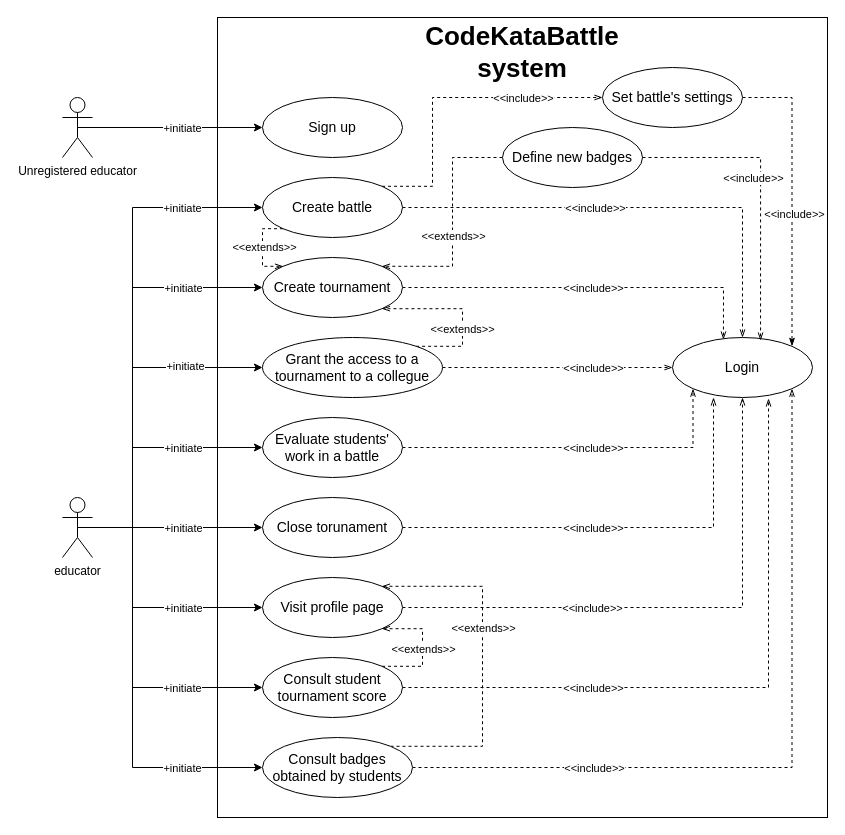
This is RASDwip/ExtraFiles/Drawio/Case/CaseDiagramEducator.drawio from francescospangaro/SpangaroTosettiRiccardi, a draw.io file, before an edit. Source tidied: cells renumbered, new cells numbered last; positions are measured from the earlier drawing's top-left corner, leaving out a move shared by most shapes. Both pictures are drawn from the tidied source at 100%, with x=0, y=0 at pixel (62, 17).
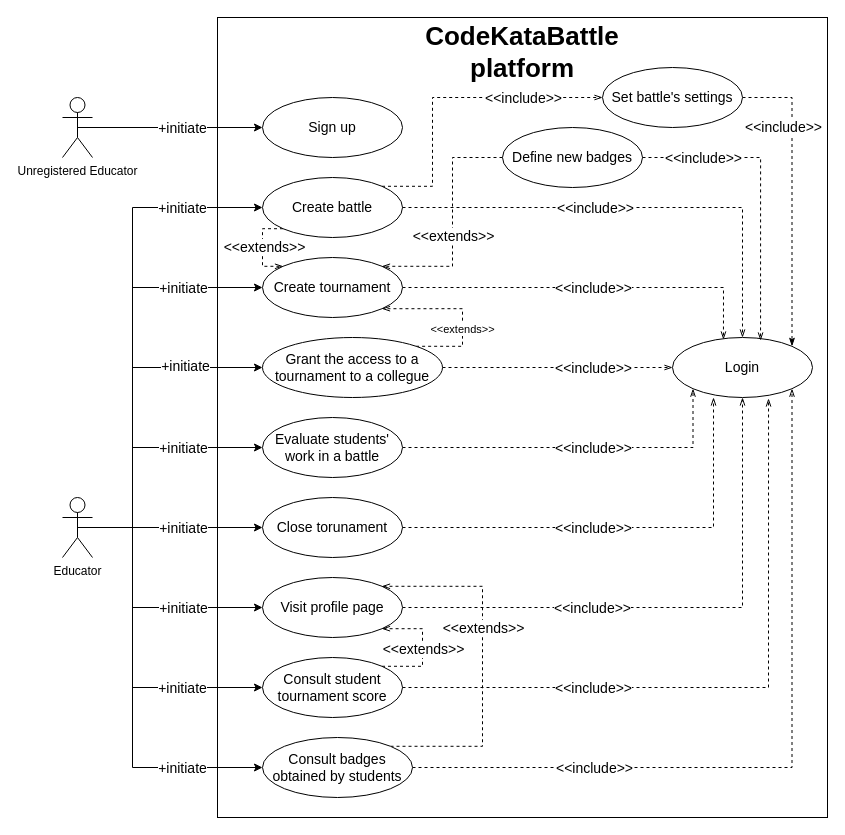
Above is the later version.

Unchanged cells that the change refers to:
```xml
<mxCell id="5" style="edgeStyle=orthogonalEdgeStyle;rounded=0;jettySize=auto;html=1;exitX=0;exitY=1;exitDx=0;exitDy=0;entryX=0;entryY=0;entryDx=0;entryDy=0;dashed=1;endArrow=openThin;endFill=0;" parent="1" edge="1" source="9" target="12">
  <mxGeometry relative="1" as="geometry">
    <Array as="points">
      <mxPoint x="200" y="211" />
      <mxPoint x="200" y="249" />
    </Array>
  </mxGeometry>
</mxCell>
<mxCell id="7" style="edgeStyle=orthogonalEdgeStyle;rounded=0;jettySize=auto;html=1;exitX=1;exitY=0;exitDx=0;exitDy=0;entryX=0;entryY=0.5;entryDx=0;entryDy=0;dashed=1;endArrow=openThin;endFill=0;" parent="1" edge="1" source="9" target="62">
  <mxGeometry relative="1" as="geometry">
    <Array as="points">
      <mxPoint x="370" y="169" />
      <mxPoint x="370" y="80" />
    </Array>
  </mxGeometry>
</mxCell>
<mxCell id="10" style="edgeStyle=orthogonalEdgeStyle;rounded=0;jettySize=auto;html=1;exitX=1;exitY=0.5;exitDx=0;exitDy=0;entryX=0.364;entryY=0.033;entryDx=0;entryDy=0;dashed=1;endArrow=openThin;endFill=0;entryPerimeter=0;" parent="1" edge="1" source="12" target="53">
  <mxGeometry relative="1" as="geometry" />
</mxCell>
<mxCell id="13" style="edgeStyle=orthogonalEdgeStyle;rounded=0;jettySize=auto;html=1;exitX=1;exitY=0.5;exitDx=0;exitDy=0;entryX=0;entryY=0.5;entryDx=0;entryDy=0;dashed=1;endArrow=openThin;endFill=0;" parent="1" edge="1" source="17" target="53">
  <mxGeometry relative="1" as="geometry" />
</mxCell>
<mxCell id="18" style="edgeStyle=orthogonalEdgeStyle;rounded=0;jettySize=auto;html=1;exitX=1;exitY=0.5;exitDx=0;exitDy=0;entryX=0;entryY=1;entryDx=0;entryDy=0;dashed=1;endArrow=openThin;endFill=0;" parent="1" edge="1" source="20" target="53">
  <mxGeometry relative="1" as="geometry" />
</mxCell>
<mxCell id="22" style="edgeStyle=orthogonalEdgeStyle;rounded=0;jettySize=auto;html=1;exitX=1;exitY=0.5;exitDx=0;exitDy=0;entryX=0.5;entryY=1;entryDx=0;entryDy=0;dashed=1;endArrow=openThin;endFill=0;" parent="1" edge="1" source="24" target="53">
  <mxGeometry relative="1" as="geometry" />
</mxCell>
<mxCell id="25" style="edgeStyle=orthogonalEdgeStyle;rounded=0;jettySize=auto;html=1;exitX=1;exitY=0;exitDx=0;exitDy=0;entryX=1;entryY=1;entryDx=0;entryDy=0;dashed=1;endArrow=openThin;endFill=0;" parent="1" edge="1" source="27" target="24">
  <mxGeometry relative="1" as="geometry">
    <Array as="points">
      <mxPoint x="360" y="649" />
      <mxPoint x="360" y="611" />
    </Array>
  </mxGeometry>
</mxCell>
<mxCell id="28" style="edgeStyle=orthogonalEdgeStyle;rounded=0;jettySize=auto;html=1;exitX=1;exitY=0.5;exitDx=0;exitDy=0;entryX=1;entryY=1;entryDx=0;entryDy=0;dashed=1;endArrow=openThin;endFill=0;" parent="1" edge="1" source="32" target="53">
  <mxGeometry relative="1" as="geometry" />
</mxCell>
<mxCell id="30" style="edgeStyle=orthogonalEdgeStyle;rounded=0;jettySize=auto;html=1;exitX=1;exitY=0;exitDx=0;exitDy=0;entryX=1;entryY=0;entryDx=0;entryDy=0;dashed=1;endArrow=openThin;endFill=0;" parent="1" edge="1" source="32" target="24">
  <mxGeometry relative="1" as="geometry">
    <Array as="points">
      <mxPoint x="420" y="729" />
      <mxPoint x="420" y="569" />
    </Array>
  </mxGeometry>
</mxCell>
<mxCell id="33" style="edgeStyle=orthogonalEdgeStyle;rounded=0;jettySize=auto;html=1;exitX=0.5;exitY=0.5;exitDx=0;exitDy=0;exitPerimeter=0;entryX=0;entryY=0.5;entryDx=0;entryDy=0;" parent="1" edge="1" source="49" target="21">
  <mxGeometry relative="1" as="geometry" />
</mxCell>
<mxCell id="35" style="edgeStyle=orthogonalEdgeStyle;rounded=0;jettySize=auto;html=1;exitX=0.5;exitY=0.5;exitDx=0;exitDy=0;exitPerimeter=0;entryX=0;entryY=0.5;entryDx=0;entryDy=0;" parent="1" edge="1" source="49" target="20">
  <mxGeometry relative="1" as="geometry">
    <Array as="points">
      <mxPoint x="70" y="510" />
      <mxPoint x="70" y="430" />
    </Array>
  </mxGeometry>
</mxCell>
<mxCell id="37" style="edgeStyle=orthogonalEdgeStyle;rounded=0;jettySize=auto;html=1;exitX=0.5;exitY=0.5;exitDx=0;exitDy=0;exitPerimeter=0;entryX=0;entryY=0.5;entryDx=0;entryDy=0;" parent="1" edge="1" source="49" target="17">
  <mxGeometry relative="1" as="geometry">
    <Array as="points">
      <mxPoint x="70" y="510" />
      <mxPoint x="70" y="350" />
    </Array>
  </mxGeometry>
</mxCell>
<mxCell id="39" style="edgeStyle=orthogonalEdgeStyle;rounded=0;jettySize=auto;html=1;exitX=0.5;exitY=0.5;exitDx=0;exitDy=0;exitPerimeter=0;entryX=0;entryY=0.5;entryDx=0;entryDy=0;" parent="1" edge="1" source="49" target="12">
  <mxGeometry relative="1" as="geometry">
    <Array as="points">
      <mxPoint x="70" y="510" />
      <mxPoint x="70" y="270" />
    </Array>
  </mxGeometry>
</mxCell>
<mxCell id="41" style="edgeStyle=orthogonalEdgeStyle;rounded=0;jettySize=auto;html=1;exitX=0.5;exitY=0.5;exitDx=0;exitDy=0;exitPerimeter=0;entryX=0;entryY=0.5;entryDx=0;entryDy=0;" parent="1" edge="1" source="49" target="9">
  <mxGeometry relative="1" as="geometry">
    <Array as="points">
      <mxPoint x="70" y="510" />
      <mxPoint x="70" y="190" />
    </Array>
  </mxGeometry>
</mxCell>
<mxCell id="43" style="edgeStyle=orthogonalEdgeStyle;rounded=0;jettySize=auto;html=1;exitX=0.5;exitY=0.5;exitDx=0;exitDy=0;exitPerimeter=0;entryX=0;entryY=0.5;entryDx=0;entryDy=0;" parent="1" edge="1" source="49" target="27">
  <mxGeometry relative="1" as="geometry">
    <Array as="points">
      <mxPoint x="70" y="510" />
      <mxPoint x="70" y="670" />
    </Array>
  </mxGeometry>
</mxCell>
<mxCell id="45" style="edgeStyle=orthogonalEdgeStyle;rounded=0;jettySize=auto;html=1;exitX=0.5;exitY=0.5;exitDx=0;exitDy=0;exitPerimeter=0;entryX=0;entryY=0.5;entryDx=0;entryDy=0;" parent="1" edge="1" source="49" target="24">
  <mxGeometry relative="1" as="geometry">
    <Array as="points">
      <mxPoint x="70" y="510" />
      <mxPoint x="70" y="590" />
    </Array>
  </mxGeometry>
</mxCell>
<mxCell id="47" style="edgeStyle=orthogonalEdgeStyle;rounded=0;jettySize=auto;html=1;exitX=0.5;exitY=0.5;exitDx=0;exitDy=0;exitPerimeter=0;entryX=0;entryY=0.5;entryDx=0;entryDy=0;" parent="1" edge="1" source="49" target="32">
  <mxGeometry relative="1" as="geometry">
    <Array as="points">
      <mxPoint x="70" y="510" />
      <mxPoint x="70" y="750" />
    </Array>
  </mxGeometry>
</mxCell>
<mxCell id="50" style="edgeStyle=orthogonalEdgeStyle;rounded=0;jettySize=auto;html=1;exitX=0.5;exitY=0.5;exitDx=0;exitDy=0;exitPerimeter=0;entryX=0;entryY=0.5;entryDx=0;entryDy=0;" parent="1" edge="1" source="52" target="4">
  <mxGeometry relative="1" as="geometry" />
</mxCell>
<mxCell id="54" style="edgeStyle=orthogonalEdgeStyle;rounded=0;jettySize=auto;html=1;exitX=1;exitY=0.5;exitDx=0;exitDy=0;entryX=0.5;entryY=0;entryDx=0;entryDy=0;dashed=1;endArrow=openThin;endFill=0;" parent="1" edge="1" source="9" target="53">
  <mxGeometry relative="1" as="geometry" />
</mxCell>
<mxCell id="56" style="edgeStyle=orthogonalEdgeStyle;rounded=0;jettySize=auto;html=1;exitX=1;exitY=0.5;exitDx=0;exitDy=0;entryX=0.293;entryY=1;entryDx=0;entryDy=0;entryPerimeter=0;dashed=1;endArrow=openThin;endFill=0;" parent="1" edge="1" source="21" target="53">
  <mxGeometry relative="1" as="geometry" />
</mxCell>
<mxCell id="58" style="edgeStyle=orthogonalEdgeStyle;rounded=0;jettySize=auto;html=1;exitX=1;exitY=0.5;exitDx=0;exitDy=0;entryX=0.686;entryY=1.017;entryDx=0;entryDy=0;entryPerimeter=0;dashed=1;endArrow=openThin;endFill=0;" parent="1" edge="1" source="27" target="53">
  <mxGeometry relative="1" as="geometry" />
</mxCell>
<mxCell id="60" style="edgeStyle=orthogonalEdgeStyle;rounded=0;jettySize=auto;html=1;exitX=1;exitY=0.5;exitDx=0;exitDy=0;entryX=1;entryY=0;entryDx=0;entryDy=0;dashed=1;endArrow=classicThin;endFill=1;" parent="1" edge="1" source="62" target="53">
  <mxGeometry relative="1" as="geometry">
    <Array as="points">
      <mxPoint x="730" y="80" />
    </Array>
  </mxGeometry>
</mxCell>
<mxCell id="63" style="edgeStyle=orthogonalEdgeStyle;rounded=0;jettySize=auto;html=1;exitX=0;exitY=0.5;exitDx=0;exitDy=0;entryX=1;entryY=0;entryDx=0;entryDy=0;dashed=1;endArrow=openThin;endFill=0;" parent="1" edge="1" source="65" target="12">
  <mxGeometry relative="1" as="geometry">
    <Array as="points">
      <mxPoint x="390" y="140" />
      <mxPoint x="390" y="249" />
    </Array>
  </mxGeometry>
</mxCell>
<mxCell id="66" style="edgeStyle=orthogonalEdgeStyle;rounded=0;jettySize=auto;html=1;exitX=1;exitY=0.5;exitDx=0;exitDy=0;dashed=1;endArrow=openThin;endFill=0;entryX=0.629;entryY=0.05;entryDx=0;entryDy=0;entryPerimeter=0;" parent="1" edge="1" source="65" target="53">
  <mxGeometry relative="1" as="geometry" />
</mxCell>
```

Diff of the diagram source:
```diff
@@
-    <mxCell id="3" value="CodeKataBattle system" style="text;html=1;strokeColor=none;fillColor=none;align=center;verticalAlign=middle;whiteSpace=wrap;rounded=0;fontSize=26;fontStyle=1;" parent="1" vertex="1">
+    <mxCell id="3" value="CodeKataBattle platform" style="text;html=1;strokeColor=none;fillColor=none;align=center;verticalAlign=middle;whiteSpace=wrap;rounded=0;fontSize=26;fontStyle=1;" parent="1" vertex="1">
       <mxGeometry x="430" y="20" width="60" height="30" as="geometry" />
     </mxCell>
@@
-    <mxCell id="6" value="&amp;lt;&amp;lt;extends&amp;gt;&amp;gt;" style="edgeLabel;html=1;align=center;verticalAlign=middle;" parent="5" vertex="1">
+    <mxCell id="6" value="&amp;lt;&amp;lt;extends&amp;gt;&amp;gt;" style="edgeLabel;html=1;align=center;verticalAlign=middle;fontSize=14;" parent="5" vertex="1">
       <mxGeometry x="-0.02" y="1" relative="1" as="geometry" />
     </mxCell>
@@
-    <mxCell id="8" value="&amp;lt;&amp;lt;include&amp;gt;&amp;gt;" style="edgeLabel;html=1;align=center;verticalAlign=middle;" parent="7" vertex="1">
+    <mxCell id="8" value="&amp;lt;&amp;lt;include&amp;gt;&amp;gt;" style="edgeLabel;html=1;align=center;verticalAlign=middle;fontSize=14;" parent="7" vertex="1">
       <mxGeometry x="0.49" relative="1" as="geometry" />
     </mxCell>
@@
-    <mxCell id="11" value="&amp;lt;&amp;lt;include&amp;gt;&amp;gt;" style="edgeLabel;html=1;align=center;verticalAlign=middle;" parent="10" vertex="1">
+    <mxCell id="11" value="&amp;lt;&amp;lt;include&amp;gt;&amp;gt;" style="edgeLabel;html=1;align=center;verticalAlign=middle;fontSize=14;" parent="10" vertex="1">
       <mxGeometry x="0.15" relative="1" as="geometry">
         <mxPoint x="-24" as="offset" />
       </mxGeometry>
     </mxCell>
@@
-    <mxCell id="14" value="&amp;lt;&amp;lt;include&amp;gt;&amp;gt;" style="edgeLabel;html=1;align=center;verticalAlign=middle;" parent="13" vertex="1">
+    <mxCell id="14" value="&amp;lt;&amp;lt;include&amp;gt;&amp;gt;" style="edgeLabel;html=1;align=center;verticalAlign=middle;fontSize=14;" parent="13" vertex="1">
       <mxGeometry x="0.52" relative="1" as="geometry">
         <mxPoint x="-25" as="offset" />
       </mxGeometry>
     </mxCell>
@@
-    <mxCell id="19" value="&amp;lt;&amp;lt;include&amp;gt;&amp;gt;" style="edgeLabel;html=1;align=center;verticalAlign=middle;" parent="18" vertex="1">
+    <mxCell id="19" value="&amp;lt;&amp;lt;include&amp;gt;&amp;gt;" style="edgeLabel;html=1;align=center;verticalAlign=middle;fontSize=14;" parent="18" vertex="1">
       <mxGeometry x="0.25" y="-1" relative="1" as="geometry">
         <mxPoint x="-28" y="-1" as="offset" />
       </mxGeometry>
     </mxCell>
@@
-    <mxCell id="23" value="&amp;lt;&amp;lt;include&amp;gt;&amp;gt;" style="edgeLabel;html=1;align=center;verticalAlign=middle;" parent="22" vertex="1">
+    <mxCell id="23" value="&amp;lt;&amp;lt;include&amp;gt;&amp;gt;" style="edgeLabel;html=1;align=center;verticalAlign=middle;fontSize=14;" parent="22" vertex="1">
       <mxGeometry x="-0.16" y="1" relative="1" as="geometry">
         <mxPoint x="-42" y="1" as="offset" />
       </mxGeometry>
     </mxCell>
@@
-    <mxCell id="26" value="&amp;lt;&amp;lt;extends&amp;gt;&amp;gt;" style="edgeLabel;html=1;align=center;verticalAlign=middle;" parent="25" vertex="1">
+    <mxCell id="26" value="&amp;lt;&amp;lt;extends&amp;gt;&amp;gt;" style="edgeLabel;html=1;align=center;verticalAlign=middle;fontSize=14;" parent="25" vertex="1">
       <mxGeometry x="-0.02" relative="1" as="geometry" />
     </mxCell>
@@
-    <mxCell id="29" value="&amp;lt;&amp;lt;include&amp;gt;&amp;gt;" style="edgeLabel;html=1;align=center;verticalAlign=middle;" parent="28" vertex="1">
+    <mxCell id="29" value="&amp;lt;&amp;lt;include&amp;gt;&amp;gt;" style="edgeLabel;html=1;align=center;verticalAlign=middle;fontSize=14;" parent="28" vertex="1">
       <mxGeometry x="-0.32" relative="1" as="geometry">
         <mxPoint x="-77" as="offset" />
       </mxGeometry>
     </mxCell>
@@
-    <mxCell id="31" value="&amp;lt;&amp;lt;extends&amp;gt;&amp;gt;" style="edgeLabel;html=1;align=center;verticalAlign=middle;" parent="30" vertex="1">
+    <mxCell id="31" value="&amp;lt;&amp;lt;extends&amp;gt;&amp;gt;" style="edgeLabel;html=1;align=center;verticalAlign=middle;fontSize=14;" parent="30" vertex="1">
       <mxGeometry x="0.25" relative="1" as="geometry">
         <mxPoint y="10" as="offset" />
       </mxGeometry>
     </mxCell>
@@
-    <mxCell id="34" value="+initiate" style="edgeLabel;html=1;align=center;verticalAlign=middle;" parent="33" vertex="1">
+    <mxCell id="34" value="+initiate" style="edgeLabel;html=1;align=center;verticalAlign=middle;fontSize=14;" parent="33" vertex="1">
       <mxGeometry x="0.19" y="2" relative="1" as="geometry">
         <mxPoint x="-5" y="2" as="offset" />
       </mxGeometry>
     </mxCell>
@@
-    <mxCell id="36" value="+initiate" style="edgeLabel;html=1;align=center;verticalAlign=middle;" parent="35" vertex="1">
+    <mxCell id="36" value="+initiate" style="edgeLabel;html=1;align=center;verticalAlign=middle;fontSize=14;" parent="35" vertex="1">
       <mxGeometry x="0.45" y="1" relative="1" as="geometry">
         <mxPoint x="-7" y="1" as="offset" />
       </mxGeometry>
     </mxCell>
@@
-    <mxCell id="38" value="+initiate" style="edgeLabel;html=1;align=center;verticalAlign=middle;" parent="37" vertex="1">
+    <mxCell id="38" value="+initiate" style="edgeLabel;html=1;align=center;verticalAlign=middle;fontSize=14;" parent="37" vertex="1">
       <mxGeometry x="0.55" y="2" relative="1" as="geometry" />
     </mxCell>
@@
-    <mxCell id="40" value="+initiate" style="edgeLabel;html=1;align=center;verticalAlign=middle;" parent="39" vertex="1">
+    <mxCell id="40" value="+initiate" style="edgeLabel;html=1;align=center;verticalAlign=middle;fontSize=14;" parent="39" vertex="1">
       <mxGeometry x="0.65" y="1" relative="1" as="geometry">
         <mxPoint x="-6" y="1" as="offset" />
       </mxGeometry>
     </mxCell>
@@
-    <mxCell id="42" value="+initiate" style="edgeLabel;html=1;align=center;verticalAlign=middle;" parent="41" vertex="1">
+    <mxCell id="42" value="+initiate" style="edgeLabel;html=1;align=center;verticalAlign=middle;fontSize=14;" parent="41" vertex="1">
       <mxGeometry x="0.75" y="-4" relative="1" as="geometry">
         <mxPoint x="-18" y="-4" as="offset" />
       </mxGeometry>
     </mxCell>
@@
-    <mxCell id="44" value="+initiate" style="edgeLabel;html=1;align=center;verticalAlign=middle;" parent="43" vertex="1">
+    <mxCell id="44" value="+initiate" style="edgeLabel;html=1;align=center;verticalAlign=middle;fontSize=14;" parent="43" vertex="1">
       <mxGeometry x="0.53" y="2" relative="1" as="geometry">
         <mxPoint y="2" as="offset" />
       </mxGeometry>
     </mxCell>
@@
-    <mxCell id="46" value="+initiate" style="edgeLabel;html=1;align=center;verticalAlign=middle;" parent="45" vertex="1">
+    <mxCell id="46" value="+initiate" style="edgeLabel;html=1;align=center;verticalAlign=middle;fontSize=14;" parent="45" vertex="1">
       <mxGeometry x="0.43" y="2" relative="1" as="geometry">
         <mxPoint x="-4" y="2" as="offset" />
       </mxGeometry>
     </mxCell>
@@
-    <mxCell id="48" value="+initiate" style="edgeLabel;html=1;align=center;verticalAlign=middle;" parent="47" vertex="1">
+    <mxCell id="48" value="+initiate" style="edgeLabel;html=1;align=center;verticalAlign=middle;fontSize=14;" parent="47" vertex="1">
       <mxGeometry x="0.6" y="-4" relative="1" as="geometry">
         <mxPoint x="4" y="-4" as="offset" />
       </mxGeometry>
     </mxCell>
-    <mxCell id="49" value="educator" style="shape=umlActor;verticalLabelPosition=bottom;verticalAlign=top;html=1;outlineConnect=0;" parent="1" vertex="1">
+    <mxCell id="49" value="Educator" style="shape=umlActor;verticalLabelPosition=bottom;verticalAlign=top;html=1;outlineConnect=0;" parent="1" vertex="1">
       <mxGeometry y="480" width="30" height="60" as="geometry" />
     </mxCell>
@@
-    <mxCell id="51" value="+initiate" style="edgeLabel;html=1;align=center;verticalAlign=middle;" parent="50" vertex="1">
+    <mxCell id="51" value="+initiate" style="edgeLabel;html=1;align=center;verticalAlign=middle;fontSize=14;" parent="50" vertex="1">
       <mxGeometry x="0.35" y="-1" relative="1" as="geometry">
         <mxPoint x="-21" y="-1" as="offset" />
       </mxGeometry>
     </mxCell>
-    <mxCell id="52" value="Unregistered educator" style="shape=umlActor;verticalLabelPosition=bottom;verticalAlign=top;html=1;outlineConnect=0;" parent="1" vertex="1">
+    <mxCell id="52" value="Unregistered Educator" style="shape=umlActor;verticalLabelPosition=bottom;verticalAlign=top;html=1;outlineConnect=0;" parent="1" vertex="1">
       <mxGeometry y="80" width="30" height="60" as="geometry" />
     </mxCell>
@@
-    <mxCell id="55" value="&amp;lt;&amp;lt;include&amp;gt;&amp;gt;" style="edgeLabel;html=1;align=center;verticalAlign=middle;" parent="54" vertex="1">
+    <mxCell id="55" value="&amp;lt;&amp;lt;include&amp;gt;&amp;gt;" style="edgeLabel;html=1;align=center;verticalAlign=middle;fontSize=14;" parent="54" vertex="1">
       <mxGeometry x="-0.03" y="-1" relative="1" as="geometry">
         <mxPoint x="-36" y="-1" as="offset" />
       </mxGeometry>
     </mxCell>
@@
-    <mxCell id="57" value="&amp;lt;&amp;lt;include&amp;gt;&amp;gt;" style="edgeLabel;html=1;align=center;verticalAlign=middle;" parent="56" vertex="1">
+    <mxCell id="57" value="&amp;lt;&amp;lt;include&amp;gt;&amp;gt;" style="edgeLabel;html=1;align=center;verticalAlign=middle;fontSize=14;" parent="56" vertex="1">
       <mxGeometry x="0.07" y="2" relative="1" as="geometry">
         <mxPoint x="-46" y="2" as="offset" />
       </mxGeometry>
     </mxCell>
@@
-    <mxCell id="59" value="&amp;lt;&amp;lt;include&amp;gt;&amp;gt;" style="edgeLabel;html=1;align=center;verticalAlign=middle;" parent="58" vertex="1">
+    <mxCell id="59" value="&amp;lt;&amp;lt;include&amp;gt;&amp;gt;" style="edgeLabel;html=1;align=center;verticalAlign=middle;fontSize=14;" parent="58" vertex="1">
       <mxGeometry x="-0.23" y="2" relative="1" as="geometry">
         <mxPoint x="-62" y="2" as="offset" />
       </mxGeometry>
     </mxCell>
@@
-    <mxCell id="61" value="&amp;lt;&amp;lt;include&amp;gt;&amp;gt;" style="edgeLabel;html=1;align=center;verticalAlign=middle;" parent="60" vertex="1">
+    <mxCell id="61" value="&amp;lt;&amp;lt;include&amp;gt;&amp;gt;" style="edgeLabel;html=1;align=center;verticalAlign=middle;fontSize=14;" parent="60" vertex="1">
       <mxGeometry x="0.12" y="2" relative="1" as="geometry">
-        <mxPoint y="-1" as="offset" />
+        <mxPoint x="-11" y="-88" as="offset" />
       </mxGeometry>
     </mxCell>
@@
-    <mxCell id="64" value="&amp;lt;&amp;lt;extends&amp;gt;&amp;gt;" style="edgeLabel;html=1;align=center;verticalAlign=middle;" parent="63" vertex="1">
+    <mxCell id="64" value="&amp;lt;&amp;lt;extends&amp;gt;&amp;gt;" style="edgeLabel;html=1;align=center;verticalAlign=middle;fontSize=14;" parent="63" vertex="1">
       <mxGeometry x="0.12" relative="1" as="geometry" />
     </mxCell>
@@
-    <mxCell id="67" value="&amp;lt;&amp;lt;include&amp;gt;&amp;gt;" style="edgeLabel;html=1;align=center;verticalAlign=middle;" parent="66" vertex="1">
+    <mxCell id="67" value="&amp;lt;&amp;lt;include&amp;gt;&amp;gt;" style="edgeLabel;html=1;align=center;verticalAlign=middle;fontSize=14;" parent="66" vertex="1">
       <mxGeometry x="-0.06" y="1" relative="1" as="geometry">
-        <mxPoint x="-9" y="-3" as="offset" />
+        <mxPoint x="-59" y="-23" as="offset" />
       </mxGeometry>
     </mxCell>
```
